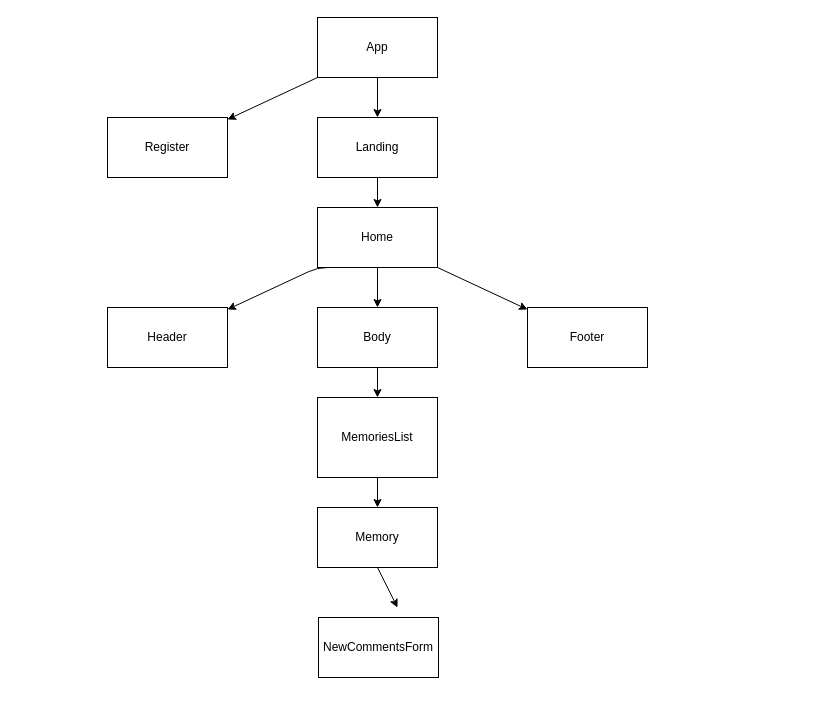
The draw.io diagram dataflow.drawio in AlejoOrtega/corkbored, before the edit. Source tidied: cells renumbered, new cells numbered last; positions are measured from the earlier drawing's top-left corner, leaving out a move shared by most shapes. Both pictures are drawn from the tidied source at 100%, with x=0, y=0 at pixel (107, 17).
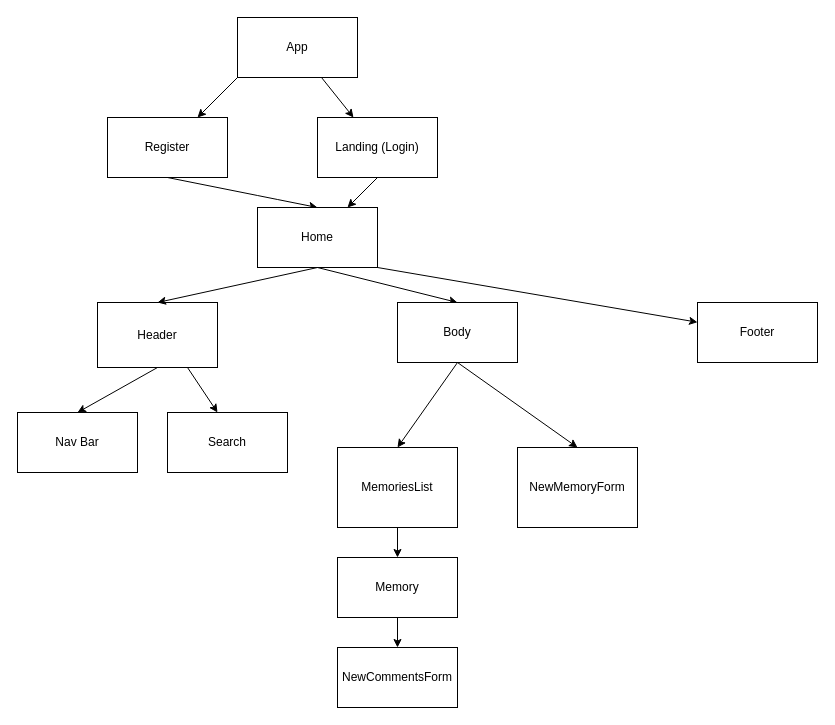
The same page after the edit.

Commit message (it also covers changes not shown here):
added dbjson to git ignore

The change refers to these unchanged cells:
```xml
<mxCell id="8" value="Register" style="whiteSpace=wrap;html=1;" parent="1" vertex="1">
  <mxGeometry y="100" width="120" height="60" as="geometry" />
</mxCell>
```

Change to the diagram source:
```diff
@@
     <mxCell id="4" value="App" style="whiteSpace=wrap;html=1;" parent="1" vertex="1">
-      <mxGeometry x="210" width="120" height="60" as="geometry" />
+      <mxGeometry x="130" width="120" height="60" as="geometry" />
     </mxCell>
+    <mxCell id="21" style="edgeStyle=none;html=1;exitX=0.5;exitY=1;exitDx=0;exitDy=0;entryX=0.5;entryY=0;entryDx=0;entryDy=0;" parent="1" edge="1" source="5">
+      <mxGeometry relative="1" as="geometry">
+        <mxPoint x="-30" y="395" as="targetPoint" />
+      </mxGeometry>
+    </mxCell>
+    <mxCell id="22" style="edgeStyle=none;html=1;exitX=0.75;exitY=1;exitDx=0;exitDy=0;entryX=0.5;entryY=0;entryDx=0;entryDy=0;" parent="1" edge="1" source="5">
+      <mxGeometry relative="1" as="geometry">
+        <mxPoint x="110" y="395" as="targetPoint" />
+      </mxGeometry>
+    </mxCell>
     <mxCell id="5" value="Header" style="whiteSpace=wrap;html=1;" parent="1" vertex="1">
-      <mxGeometry y="290" width="120" height="60" as="geometry" />
+      <mxGeometry x="-10" y="285" width="120" height="65" as="geometry" />
     </mxCell>
@@
-    <mxCell id="7" value="Landing" style="whiteSpace=wrap;html=1;" parent="1" vertex="1">
+    <mxCell id="7" value="Landing (Login)" style="whiteSpace=wrap;html=1;" parent="1" vertex="1">
       <mxGeometry x="210" y="100" width="120" height="60" as="geometry" />
     </mxCell>
+    <mxCell id="23" style="edgeStyle=none;html=1;exitX=0.5;exitY=1;exitDx=0;exitDy=0;entryX=0.5;entryY=0;entryDx=0;entryDy=0;" parent="1" edge="1" source="8" target="12">
+      <mxGeometry relative="1" as="geometry">
+        <Array as="points">
+          <mxPoint x="160" y="180" />
+        </Array>
+      </mxGeometry>
+    </mxCell>
@@
-    <mxCell id="9" style="edgeStyle=none;html=1;exitX=0.25;exitY=1;exitDx=0;exitDy=0;" parent="1" edge="1" source="12" target="5">
-      <mxGeometry relative="1" as="geometry">
-        <Array as="points">
-          <mxPoint x="210" y="250" />
-        </Array>
-      </mxGeometry>
-    </mxCell>
@@
+    <mxCell id="9" style="edgeStyle=none;html=1;exitX=0.5;exitY=1;exitDx=0;exitDy=0;entryX=0.5;entryY=0;entryDx=0;entryDy=0;" parent="1" edge="1" source="12" target="5">
+      <mxGeometry relative="1" as="geometry" />
+    </mxCell>
     <mxCell id="12" value="Home" style="whiteSpace=wrap;html=1;" parent="1" vertex="1">
-      <mxGeometry x="210" y="190" width="120" height="60" as="geometry" />
+      <mxGeometry x="150" y="190" width="120" height="60" as="geometry" />
     </mxCell>
@@
     <mxCell id="14" value="MemoriesList" style="whiteSpace=wrap;html=1;" parent="1" vertex="1">
-      <mxGeometry x="210" y="380" width="120" height="80" as="geometry" />
+      <mxGeometry x="230" y="430" width="120" height="80" as="geometry" />
     </mxCell>
-    <mxCell id="15" style="edgeStyle=none;html=1;exitX=0.5;exitY=1;exitDx=0;exitDy=0;" parent="1" edge="1" source="16">
-      <mxGeometry relative="1" as="geometry">
-        <mxPoint x="290" y="590" as="targetPoint" />
-      </mxGeometry>
+    <mxCell id="15" style="edgeStyle=none;html=1;exitX=0.5;exitY=1;exitDx=0;exitDy=0;entryX=0.5;entryY=0;entryDx=0;entryDy=0;" parent="1" edge="1" source="16" target="20">
+      <mxGeometry relative="1" as="geometry" />
     </mxCell>
     <mxCell id="16" value="Memory" style="whiteSpace=wrap;html=1;" parent="1" vertex="1">
-      <mxGeometry x="210" y="490" width="120" height="60" as="geometry" />
+      <mxGeometry x="230" y="540" width="120" height="60" as="geometry" />
     </mxCell>
     <mxCell id="17" value="Footer" style="whiteSpace=wrap;html=1;" parent="1" vertex="1">
-      <mxGeometry x="420" y="290" width="120" height="60" as="geometry" />
+      <mxGeometry x="590" y="285" width="120" height="60" as="geometry" />
     </mxCell>
@@
+    <mxCell id="24" style="edgeStyle=none;html=1;exitX=0.5;exitY=1;exitDx=0;exitDy=0;entryX=0.5;entryY=0;entryDx=0;entryDy=0;" parent="1" edge="1" source="19" target="27">
+      <mxGeometry relative="1" as="geometry" />
+    </mxCell>
     <mxCell id="19" value="Body" style="whiteSpace=wrap;html=1;" parent="1" vertex="1">
-      <mxGeometry x="210" y="290" width="120" height="60" as="geometry" />
+      <mxGeometry x="290" y="285" width="120" height="60" as="geometry" />
     </mxCell>
     <mxCell id="20" value="NewCommentsForm" style="whiteSpace=wrap;html=1;" parent="1" vertex="1">
-      <mxGeometry x="211" y="600" width="120" height="60" as="geometry" />
+      <mxGeometry x="230" y="630" width="120" height="60" as="geometry" />
     </mxCell>
+    <mxCell id="25" value="Nav Bar" style="whiteSpace=wrap;html=1;" parent="1" vertex="1">
+      <mxGeometry x="-90" y="395" width="120" height="60" as="geometry" />
+    </mxCell>
+    <mxCell id="26" value="Search" style="whiteSpace=wrap;html=1;" parent="1" vertex="1">
+      <mxGeometry x="60" y="395" width="120" height="60" as="geometry" />
+    </mxCell>
+    <mxCell id="27" value="NewMemoryForm" style="whiteSpace=wrap;html=1;" parent="1" vertex="1">
+      <mxGeometry x="410" y="430" width="120" height="80" as="geometry" />
+    </mxCell>
```
